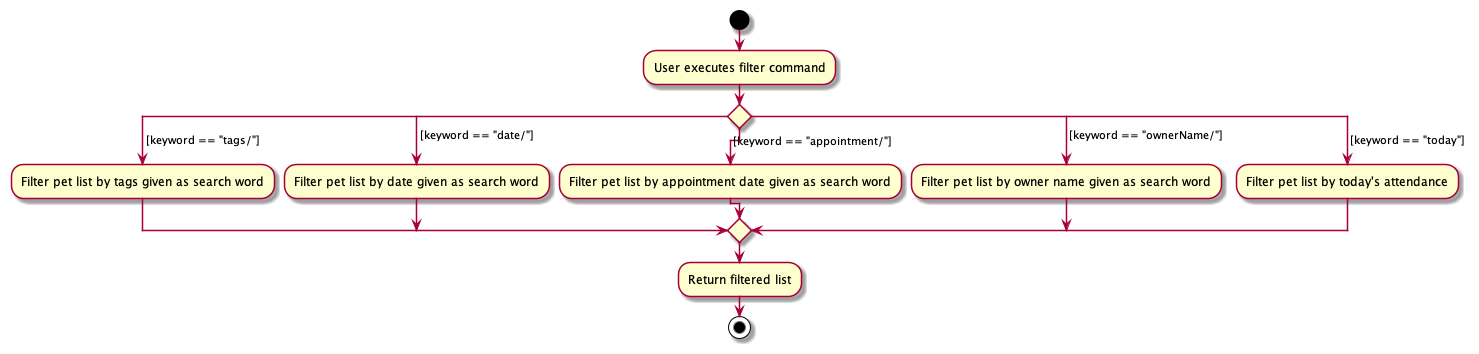
The PlantUML diagram docs/images/FilterActivityDiagram.png in nus-cs2103-AY2122S2/tp, before a commit. The source it was exported from:
```plantuml
@startuml
!pragma useVerticalIf on
start
:User executes filter command;
switch ()
case ( [keyword == "tags/"] )
    :Filter pet list by tags given as search word;
case ( [keyword == "date/"] )
    :Filter pet list by date given as search word;
case ( [keyword == "appointment/"] )
    :Filter pet list by appointment date given as search word;
case ( [keyword == "ownerName/"] )
    :Filter pet list by owner name given as search word;
case ( [keyword == "today"] )
    :Filter pet list by today's attendance;
endswitch

:Return filtered list;
stop

@enduml
```
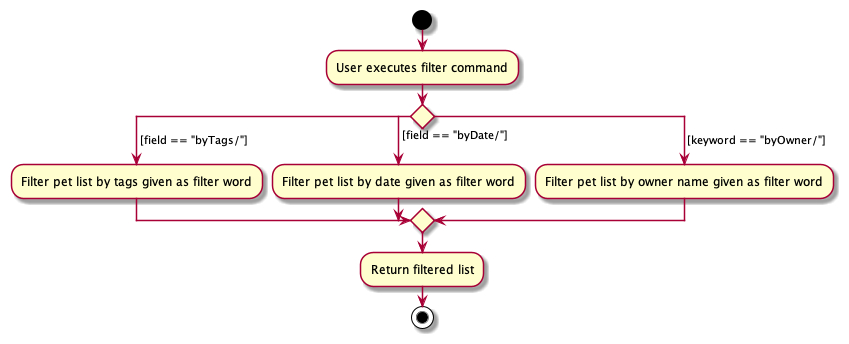
Above is the later version.

Commit message:
Update DG for filter command

The edit, as a diff of the source:
```diff
@@ -3,19 +3,16 @@
 start
 :User executes filter command;
 switch ()
-case ( [keyword == "tags/"] )
-    :Filter pet list by tags given as search word;
-case ( [keyword == "date/"] )
-    :Filter pet list by date given as search word;
-case ( [keyword == "appointment/"] )
-    :Filter pet list by appointment date given as search word;
-case ( [keyword == "ownerName/"] )
-    :Filter pet list by owner name given as search word;
-case ( [keyword == "today"] )
-    :Filter pet list by today's attendance;
+case ( [field == "byTags/"] )
+    :Filter pet list by tags given as filter word;
+case ( [field == "byDate/"] )
+    :Filter pet list by date given as filter word;
+case ( [keyword == "byOwner/"] )
+    :Filter pet list by owner name given as filter word;
 endswitch
 
 :Return filtered list;
+
 stop
 
 @enduml
```
